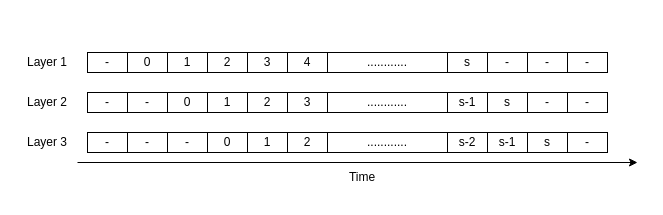
The draw.io diagram pipeline.drawio in AurelieSa/draw_io, before the edit. Source tidied: cells renumbered, new cells numbered last; positions are measured from the earlier drawing's top-left corner, leaving out a move shared by most shapes. Both pictures are drawn from the tidied source at 100%, with x=0, y=0 at pixel (17, 47).
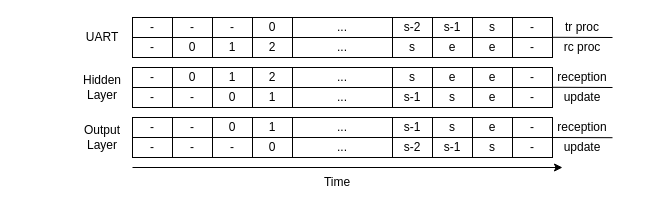
After the change.

Change to the diagram source:
```diff
@@
-    <mxCell id="2" value="-" style="rounded=0;whiteSpace=wrap;html=1;" parent="1" vertex="1">
-      <mxGeometry x="70" y="5" width="40" height="20" as="geometry" />
-    </mxCell>
-    <mxCell id="3" value="0" style="rounded=0;whiteSpace=wrap;html=1;" parent="1" vertex="1">
-      <mxGeometry x="150" y="45" width="40" height="20" as="geometry" />
-    </mxCell>
-    <mxCell id="4" value="0" style="rounded=0;whiteSpace=wrap;html=1;" parent="1" vertex="1">
-      <mxGeometry x="190" y="85" width="40" height="20" as="geometry" />
-    </mxCell>
-    <mxCell id="5" value="Layer 1" style="text;html=1;align=center;verticalAlign=middle;whiteSpace=wrap;rounded=0;" parent="1" vertex="1">
-      <mxGeometry width="60" height="30" as="geometry" />
-    </mxCell>
-    <mxCell id="6" value="Layer 2" style="text;html=1;align=center;verticalAlign=middle;whiteSpace=wrap;rounded=0;" parent="1" vertex="1">
-      <mxGeometry y="40" width="60" height="30" as="geometry" />
-    </mxCell>
-    <mxCell id="7" value="Layer 3" style="text;html=1;align=center;verticalAlign=middle;whiteSpace=wrap;rounded=0;" parent="1" vertex="1">
-      <mxGeometry y="80" width="60" height="30" as="geometry" />
-    </mxCell>
-    <mxCell id="8" value="-" style="rounded=0;whiteSpace=wrap;html=1;" parent="1" vertex="1">
-      <mxGeometry x="70" y="45" width="40" height="20" as="geometry" />
-    </mxCell>
-    <mxCell id="9" value="-" style="rounded=0;whiteSpace=wrap;html=1;" parent="1" vertex="1">
-      <mxGeometry x="70" y="85" width="40" height="20" as="geometry" />
-    </mxCell>
-    <mxCell id="10" value="-" style="rounded=0;whiteSpace=wrap;html=1;" parent="1" vertex="1">
-      <mxGeometry x="110" y="85" width="40" height="20" as="geometry" />
-    </mxCell>
-    <mxCell id="11" value="0" style="rounded=0;whiteSpace=wrap;html=1;" parent="1" vertex="1">
-      <mxGeometry x="110" y="5" width="40" height="20" as="geometry" />
-    </mxCell>
-    <mxCell id="12" value="-" style="rounded=0;whiteSpace=wrap;html=1;" parent="1" vertex="1">
-      <mxGeometry x="110" y="45" width="40" height="20" as="geometry" />
-    </mxCell>
-    <mxCell id="13" value="-" style="rounded=0;whiteSpace=wrap;html=1;" parent="1" vertex="1">
-      <mxGeometry x="150" y="85" width="40" height="20" as="geometry" />
-    </mxCell>
-    <mxCell id="14" value="1" style="rounded=0;whiteSpace=wrap;html=1;" parent="1" vertex="1">
-      <mxGeometry x="150" y="5" width="40" height="20" as="geometry" />
-    </mxCell>
-    <mxCell id="15" value="2" style="rounded=0;whiteSpace=wrap;html=1;" parent="1" vertex="1">
-      <mxGeometry x="190" y="5" width="40" height="20" as="geometry" />
-    </mxCell>
-    <mxCell id="16" value="1" style="rounded=0;whiteSpace=wrap;html=1;" parent="1" vertex="1">
-      <mxGeometry x="190" y="45" width="40" height="20" as="geometry" />
-    </mxCell>
-    <mxCell id="17" value="1" style="rounded=0;whiteSpace=wrap;html=1;" parent="1" vertex="1">
-      <mxGeometry x="230" y="85" width="40" height="20" as="geometry" />
-    </mxCell>
-    <mxCell id="18" value="2" style="rounded=0;whiteSpace=wrap;html=1;" parent="1" vertex="1">
-      <mxGeometry x="230" y="45" width="40" height="20" as="geometry" />
-    </mxCell>
-    <mxCell id="19" value="2" style="rounded=0;whiteSpace=wrap;html=1;" parent="1" vertex="1">
-      <mxGeometry x="270" y="85" width="40" height="20" as="geometry" />
-    </mxCell>
-    <mxCell id="20" value="3" style="rounded=0;whiteSpace=wrap;html=1;" parent="1" vertex="1">
-      <mxGeometry x="230" y="5" width="40" height="20" as="geometry" />
-    </mxCell>
-    <mxCell id="21" value="4" style="rounded=0;whiteSpace=wrap;html=1;" parent="1" vertex="1">
-      <mxGeometry x="270" y="5" width="40" height="20" as="geometry" />
-    </mxCell>
-    <mxCell id="22" value="3" style="rounded=0;whiteSpace=wrap;html=1;" parent="1" vertex="1">
-      <mxGeometry x="270" y="45" width="40" height="20" as="geometry" />
-    </mxCell>
-    <mxCell id="23" value="............" style="rounded=0;whiteSpace=wrap;html=1;" parent="1" vertex="1">
-      <mxGeometry x="310" y="5" width="120" height="20" as="geometry" />
-    </mxCell>
-    <mxCell id="24" value="............" style="rounded=0;whiteSpace=wrap;html=1;" parent="1" vertex="1">
-      <mxGeometry x="310" y="45" width="120" height="20" as="geometry" />
-    </mxCell>
-    <mxCell id="25" value="............" style="rounded=0;whiteSpace=wrap;html=1;" parent="1" vertex="1">
-      <mxGeometry x="310" y="85" width="120" height="20" as="geometry" />
-    </mxCell>
-    <mxCell id="26" value="s" style="rounded=0;whiteSpace=wrap;html=1;" parent="1" vertex="1">
-      <mxGeometry x="430" y="5" width="40" height="20" as="geometry" />
-    </mxCell>
-    <mxCell id="27" value="s-1" style="rounded=0;whiteSpace=wrap;html=1;" parent="1" vertex="1">
-      <mxGeometry x="430" y="45" width="40" height="20" as="geometry" />
-    </mxCell>
+    <mxCell id="35" value="-" style="rounded=0;whiteSpace=wrap;html=1;" parent="1" vertex="1">
+      <mxGeometry x="115" y="-30" width="40" height="20" as="geometry" />
+    </mxCell>
+    <mxCell id="40" value="-" style="rounded=0;whiteSpace=wrap;html=1;" parent="1" vertex="1">
+      <mxGeometry x="115" y="-10" width="40" height="20" as="geometry" />
+    </mxCell>
+    <mxCell id="41" value="UART" style="text;html=1;align=center;verticalAlign=middle;whiteSpace=wrap;rounded=0;" parent="1" vertex="1">
+      <mxGeometry x="55" y="-25" width="60" height="30" as="geometry" />
+    </mxCell>
+    <mxCell id="42" value="-" style="rounded=0;whiteSpace=wrap;html=1;" parent="1" vertex="1">
+      <mxGeometry x="115" y="20" width="40" height="20" as="geometry" />
+    </mxCell>
+    <mxCell id="43" value="-" style="rounded=0;whiteSpace=wrap;html=1;" parent="1" vertex="1">
+      <mxGeometry x="115" y="40" width="40" height="20" as="geometry" />
+    </mxCell>
+    <mxCell id="44" value="Hidden Layer" style="text;html=1;align=center;verticalAlign=middle;whiteSpace=wrap;rounded=0;" parent="1" vertex="1">
+      <mxGeometry x="55" y="25" width="60" height="30" as="geometry" />
+    </mxCell>
+    <mxCell id="45" value="-" style="rounded=0;whiteSpace=wrap;html=1;" parent="1" vertex="1">
+      <mxGeometry x="115" y="70" width="40" height="20" as="geometry" />
+    </mxCell>
+    <mxCell id="46" value="-" style="rounded=0;whiteSpace=wrap;html=1;" parent="1" vertex="1">
+      <mxGeometry x="115" y="90" width="40" height="20" as="geometry" />
+    </mxCell>
+    <mxCell id="47" value="&lt;div&gt;Output&lt;/div&gt;&lt;div&gt;Layer&lt;/div&gt;" style="text;html=1;align=center;verticalAlign=middle;whiteSpace=wrap;rounded=0;" parent="1" vertex="1">
+      <mxGeometry x="55" y="75" width="60" height="30" as="geometry" />
+    </mxCell>
+    <mxCell id="48" value="-" style="rounded=0;whiteSpace=wrap;html=1;" parent="1" vertex="1">
+      <mxGeometry x="155" y="-30" width="40" height="20" as="geometry" />
+    </mxCell>
+    <mxCell id="49" value="0" style="rounded=0;whiteSpace=wrap;html=1;" parent="1" vertex="1">
+      <mxGeometry x="155" y="-10" width="40" height="20" as="geometry" />
+    </mxCell>
+    <mxCell id="50" value="0" style="rounded=0;whiteSpace=wrap;html=1;" parent="1" vertex="1">
+      <mxGeometry x="155" y="20" width="40" height="20" as="geometry" />
+    </mxCell>
+    <mxCell id="51" value="-" style="rounded=0;whiteSpace=wrap;html=1;" parent="1" vertex="1">
+      <mxGeometry x="155" y="40" width="40" height="20" as="geometry" />
+    </mxCell>
+    <mxCell id="52" value="-" style="rounded=0;whiteSpace=wrap;html=1;" parent="1" vertex="1">
+      <mxGeometry x="155" y="70" width="40" height="20" as="geometry" />
+    </mxCell>
+    <mxCell id="53" value="-" style="rounded=0;whiteSpace=wrap;html=1;" parent="1" vertex="1">
+      <mxGeometry x="155" y="90" width="40" height="20" as="geometry" />
+    </mxCell>
+    <mxCell id="54" value="-" style="rounded=0;whiteSpace=wrap;html=1;" parent="1" vertex="1">
+      <mxGeometry x="195" y="-30" width="40" height="20" as="geometry" />
+    </mxCell>
+    <mxCell id="55" value="1" style="rounded=0;whiteSpace=wrap;html=1;" parent="1" vertex="1">
+      <mxGeometry x="195" y="-10" width="40" height="20" as="geometry" />
+    </mxCell>
+    <mxCell id="56" value="1" style="rounded=0;whiteSpace=wrap;html=1;" parent="1" vertex="1">
+      <mxGeometry x="195" y="20" width="40" height="20" as="geometry" />
+    </mxCell>
+    <mxCell id="57" value="0" style="rounded=0;whiteSpace=wrap;html=1;" parent="1" vertex="1">
+      <mxGeometry x="195" y="40" width="40" height="20" as="geometry" />
+    </mxCell>
+    <mxCell id="58" value="0" style="rounded=0;whiteSpace=wrap;html=1;" parent="1" vertex="1">
+      <mxGeometry x="195" y="70" width="40" height="20" as="geometry" />
+    </mxCell>
+    <mxCell id="59" value="-" style="rounded=0;whiteSpace=wrap;html=1;" parent="1" vertex="1">
+      <mxGeometry x="195" y="90" width="40" height="20" as="geometry" />
+    </mxCell>
+    <mxCell id="60" value="0" style="rounded=0;whiteSpace=wrap;html=1;" parent="1" vertex="1">
+      <mxGeometry x="235" y="-30" width="40" height="20" as="geometry" />
+    </mxCell>
+    <mxCell id="61" value="2" style="rounded=0;whiteSpace=wrap;html=1;" parent="1" vertex="1">
+      <mxGeometry x="235" y="-10" width="40" height="20" as="geometry" />
+    </mxCell>
+    <mxCell id="62" value="2" style="rounded=0;whiteSpace=wrap;html=1;" parent="1" vertex="1">
+      <mxGeometry x="235" y="20" width="40" height="20" as="geometry" />
+    </mxCell>
+    <mxCell id="63" value="1" style="rounded=0;whiteSpace=wrap;html=1;" parent="1" vertex="1">
+      <mxGeometry x="235" y="40" width="40" height="20" as="geometry" />
+    </mxCell>
+    <mxCell id="64" value="1" style="rounded=0;whiteSpace=wrap;html=1;" parent="1" vertex="1">
+      <mxGeometry x="235" y="70" width="40" height="20" as="geometry" />
+    </mxCell>
+    <mxCell id="65" value="0" style="rounded=0;whiteSpace=wrap;html=1;" parent="1" vertex="1">
+      <mxGeometry x="235" y="90" width="40" height="20" as="geometry" />
+    </mxCell>
+    <mxCell id="66" value="..." style="rounded=0;whiteSpace=wrap;html=1;" parent="1" vertex="1">
+      <mxGeometry x="275" y="-30" width="100" height="20" as="geometry" />
+    </mxCell>
+    <mxCell id="67" value="..." style="rounded=0;whiteSpace=wrap;html=1;" parent="1" vertex="1">
+      <mxGeometry x="275" y="-10" width="100" height="20" as="geometry" />
+    </mxCell>
+    <mxCell id="68" value="..." style="rounded=0;whiteSpace=wrap;html=1;" parent="1" vertex="1">
+      <mxGeometry x="275" y="20" width="100" height="20" as="geometry" />
+    </mxCell>
+    <mxCell id="69" value="..." style="rounded=0;whiteSpace=wrap;html=1;" parent="1" vertex="1">
+      <mxGeometry x="275" y="40" width="100" height="20" as="geometry" />
+    </mxCell>
+    <mxCell id="70" value="..." style="rounded=0;whiteSpace=wrap;html=1;" parent="1" vertex="1">
+      <mxGeometry x="275" y="70" width="100" height="20" as="geometry" />
+    </mxCell>
+    <mxCell id="71" value="..." style="rounded=0;whiteSpace=wrap;html=1;" parent="1" vertex="1">
+      <mxGeometry x="275" y="90" width="100" height="20" as="geometry" />
+    </mxCell>
     <mxCell id="28" value="s-2" style="rounded=0;whiteSpace=wrap;html=1;" parent="1" vertex="1">
-      <mxGeometry x="430" y="85" width="40" height="20" as="geometry" />
+      <mxGeometry x="375" y="-30" width="40" height="20" as="geometry" />
     </mxCell>
-    <mxCell id="29" value="-" style="rounded=0;whiteSpace=wrap;html=1;" parent="1" vertex="1">
-      <mxGeometry x="470" y="5" width="40" height="20" as="geometry" />
-    </mxCell>
-    <mxCell id="30" value="-" style="rounded=0;whiteSpace=wrap;html=1;" parent="1" vertex="1">
-      <mxGeometry x="510" y="5" width="40" height="20" as="geometry" />
-    </mxCell>
-    <mxCell id="31" value="s" style="rounded=0;whiteSpace=wrap;html=1;" parent="1" vertex="1">
-      <mxGeometry x="470" y="45" width="40" height="20" as="geometry" />
-    </mxCell>
-    <mxCell id="32" value="-" style="rounded=0;whiteSpace=wrap;html=1;" parent="1" vertex="1">
-      <mxGeometry x="510" y="45" width="40" height="20" as="geometry" />
-    </mxCell>
-    <mxCell id="33" value="s-1" style="rounded=0;whiteSpace=wrap;html=1;" parent="1" vertex="1">
-      <mxGeometry x="470" y="85" width="40" height="20" as="geometry" />
-    </mxCell>
-    <mxCell id="34" value="s" style="rounded=0;whiteSpace=wrap;html=1;" parent="1" vertex="1">
-      <mxGeometry x="510" y="85" width="40" height="20" as="geometry" />
-    </mxCell>
-    <mxCell id="35" value="-" style="rounded=0;whiteSpace=wrap;html=1;" parent="1" vertex="1">
-      <mxGeometry x="550" y="5" width="40" height="20" as="geometry" />
-    </mxCell>
-    <mxCell id="36" value="-" style="rounded=0;whiteSpace=wrap;html=1;" parent="1" vertex="1">
-      <mxGeometry x="550" y="45" width="40" height="20" as="geometry" />
-    </mxCell>
-    <mxCell id="37" value="-" style="rounded=0;whiteSpace=wrap;html=1;" parent="1" vertex="1">
-      <mxGeometry x="550" y="85" width="40" height="20" as="geometry" />
-    </mxCell>
-    <mxCell id="38" style="endArrow=classic;html=1;rounded=0;" parent="1" edge="1">
-      <mxGeometry relative="1" as="geometry">
-        <mxPoint x="60" y="115" as="sourcePoint" />
-        <mxPoint x="620" y="115" as="targetPoint" />
-      </mxGeometry>
-    </mxCell>
+    <mxCell id="72" value="s" style="rounded=0;whiteSpace=wrap;html=1;" parent="1" vertex="1">
+      <mxGeometry x="375" y="-10" width="40" height="20" as="geometry" />
+    </mxCell>
+    <mxCell id="73" value="s" style="rounded=0;whiteSpace=wrap;html=1;" parent="1" vertex="1">
+      <mxGeometry x="375" y="20" width="40" height="20" as="geometry" />
+    </mxCell>
+    <mxCell id="74" value="s-1" style="rounded=0;whiteSpace=wrap;html=1;" parent="1" vertex="1">
+      <mxGeometry x="375" y="40" width="40" height="20" as="geometry" />
+    </mxCell>
+    <mxCell id="75" value="s-1" style="rounded=0;whiteSpace=wrap;html=1;" parent="1" vertex="1">
+      <mxGeometry x="375" y="70" width="40" height="20" as="geometry" />
+    </mxCell>
+    <mxCell id="76" value="&lt;div&gt;s-2&lt;/div&gt;" style="rounded=0;whiteSpace=wrap;html=1;" parent="1" vertex="1">
+      <mxGeometry x="375" y="90" width="40" height="20" as="geometry" />
+    </mxCell>
+    <mxCell id="77" value="s-1" style="rounded=0;whiteSpace=wrap;html=1;" parent="1" vertex="1">
+      <mxGeometry x="415" y="-30" width="40" height="20" as="geometry" />
+    </mxCell>
+    <mxCell id="78" value="e" style="rounded=0;whiteSpace=wrap;html=1;" parent="1" vertex="1">
+      <mxGeometry x="415" y="-10" width="40" height="20" as="geometry" />
+    </mxCell>
+    <mxCell id="79" value="e" style="rounded=0;whiteSpace=wrap;html=1;" parent="1" vertex="1">
+      <mxGeometry x="415" y="20" width="40" height="20" as="geometry" />
+    </mxCell>
+    <mxCell id="80" value="s" style="rounded=0;whiteSpace=wrap;html=1;" parent="1" vertex="1">
+      <mxGeometry x="415" y="40" width="40" height="20" as="geometry" />
+    </mxCell>
+    <mxCell id="81" value="s" style="rounded=0;whiteSpace=wrap;html=1;" parent="1" vertex="1">
+      <mxGeometry x="415" y="70" width="40" height="20" as="geometry" />
+    </mxCell>
+    <mxCell id="82" value="s-1" style="rounded=0;whiteSpace=wrap;html=1;" parent="1" vertex="1">
+      <mxGeometry x="415" y="90" width="40" height="20" as="geometry" />
+    </mxCell>
+    <mxCell id="83" value="s" style="rounded=0;whiteSpace=wrap;html=1;" parent="1" vertex="1">
+      <mxGeometry x="455" y="-30" width="40" height="20" as="geometry" />
+    </mxCell>
+    <mxCell id="84" value="e" style="rounded=0;whiteSpace=wrap;html=1;" parent="1" vertex="1">
+      <mxGeometry x="455" y="-10" width="40" height="20" as="geometry" />
+    </mxCell>
+    <mxCell id="85" value="e" style="rounded=0;whiteSpace=wrap;html=1;" parent="1" vertex="1">
+      <mxGeometry x="455" y="20" width="40" height="20" as="geometry" />
+    </mxCell>
+    <mxCell id="86" value="e" style="rounded=0;whiteSpace=wrap;html=1;" parent="1" vertex="1">
+      <mxGeometry x="455" y="40" width="40" height="20" as="geometry" />
+    </mxCell>
+    <mxCell id="87" value="e" style="rounded=0;whiteSpace=wrap;html=1;" parent="1" vertex="1">
+      <mxGeometry x="455" y="70" width="40" height="20" as="geometry" />
+    </mxCell>
+    <mxCell id="88" value="s" style="rounded=0;whiteSpace=wrap;html=1;" parent="1" vertex="1">
+      <mxGeometry x="455" y="90" width="40" height="20" as="geometry" />
+    </mxCell>
+    <mxCell id="89" value="-" style="rounded=0;whiteSpace=wrap;html=1;" parent="1" vertex="1">
+      <mxGeometry x="495" y="-30" width="40" height="20" as="geometry" />
+    </mxCell>
+    <mxCell id="90" value="-" style="rounded=0;whiteSpace=wrap;html=1;" parent="1" vertex="1">
+      <mxGeometry x="495" y="-10" width="40" height="20" as="geometry" />
+    </mxCell>
+    <mxCell id="91" value="-" style="rounded=0;whiteSpace=wrap;html=1;" parent="1" vertex="1">
+      <mxGeometry x="495" y="20" width="40" height="20" as="geometry" />
+    </mxCell>
+    <mxCell id="92" value="-" style="rounded=0;whiteSpace=wrap;html=1;" parent="1" vertex="1">
+      <mxGeometry x="495" y="40" width="40" height="20" as="geometry" />
+    </mxCell>
+    <mxCell id="93" value="-" style="rounded=0;whiteSpace=wrap;html=1;" parent="1" vertex="1">
+      <mxGeometry x="495" y="70" width="40" height="20" as="geometry" />
+    </mxCell>
+    <mxCell id="94" value="-" style="rounded=0;whiteSpace=wrap;html=1;" parent="1" vertex="1">
+      <mxGeometry x="495" y="90" width="40" height="20" as="geometry" />
+    </mxCell>
+    <mxCell id="95" value="tr proc" style="text;html=1;align=center;verticalAlign=middle;whiteSpace=wrap;rounded=0;" parent="1" vertex="1">
+      <mxGeometry x="535" y="-30" width="60" height="20" as="geometry" />
+    </mxCell>
+    <mxCell id="96" value="rc proc" style="text;html=1;align=center;verticalAlign=middle;whiteSpace=wrap;rounded=0;strokeColor=none;" parent="1" vertex="1">
+      <mxGeometry x="535" y="-10" width="60" height="20" as="geometry" />
+    </mxCell>
+    <mxCell id="97" value="reception" style="text;html=1;align=center;verticalAlign=middle;whiteSpace=wrap;rounded=0;strokeColor=none;" parent="1" vertex="1">
+      <mxGeometry x="535" y="20" width="60" height="20" as="geometry" />
+    </mxCell>
+    <mxCell id="98" value="update" style="text;html=1;align=center;verticalAlign=middle;whiteSpace=wrap;rounded=0;strokeColor=none;" parent="1" vertex="1">
+      <mxGeometry x="535" y="40" width="60" height="20" as="geometry" />
+    </mxCell>
+    <mxCell id="99" value="reception" style="text;html=1;align=center;verticalAlign=middle;whiteSpace=wrap;rounded=0;strokeColor=none;" parent="1" vertex="1">
+      <mxGeometry x="535" y="70" width="60" height="20" as="geometry" />
+    </mxCell>
+    <mxCell id="100" value="update" style="text;html=1;align=center;verticalAlign=middle;whiteSpace=wrap;rounded=0;strokeColor=none;" parent="1" vertex="1">
+      <mxGeometry x="535" y="90" width="60" height="20" as="geometry" />
+    </mxCell>
+    <mxCell id="101" style="endArrow=none;html=1;rounded=0;entryX=1;entryY=0;entryDx=0;entryDy=0;" parent="1" edge="1" target="98">
+      <mxGeometry relative="1" as="geometry">
+        <mxPoint x="535" y="39.8" as="sourcePoint" />
+      </mxGeometry>
+    </mxCell>
+    <mxCell id="102" style="endArrow=none;html=1;rounded=0;entryX=1;entryY=0;entryDx=0;entryDy=0;" parent="1" edge="1">
+      <mxGeometry relative="1" as="geometry">
+        <mxPoint x="535" y="90" as="sourcePoint" />
+        <mxPoint x="595" y="90.2" as="targetPoint" />
+      </mxGeometry>
+    </mxCell>
+    <mxCell id="103" style="endArrow=none;html=1;rounded=0;entryX=1;entryY=0;entryDx=0;entryDy=0;" parent="1" edge="1">
+      <mxGeometry relative="1" as="geometry">
+        <mxPoint x="535" y="-10.2" as="sourcePoint" />
+        <mxPoint x="595" y="-10" as="targetPoint" />
+      </mxGeometry>
+    </mxCell>
+    <mxCell id="104" style="endArrow=classic;html=1;rounded=0;" parent="1" edge="1">
+      <mxGeometry relative="1" as="geometry">
+        <mxPoint x="115" y="120" as="sourcePoint" />
+        <mxPoint x="545" y="120" as="targetPoint" />
+      </mxGeometry>
+    </mxCell>
     <mxCell id="39" value="Time" style="text;html=1;align=center;verticalAlign=middle;whiteSpace=wrap;rounded=0;" parent="1" vertex="1">
-      <mxGeometry x="315" y="115" width="60" height="30" as="geometry" />
+      <mxGeometry x="290" y="120" width="60" height="30" as="geometry" />
     </mxCell>
```
